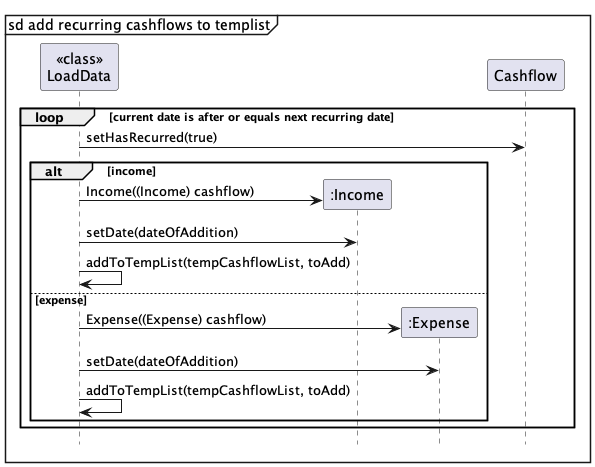
Earlier version of the PlantUML export docs/images/cashflow/AddRecurringSequence.png (nus-cs2113-AY2324S1/tp). Its diagram source:
```plantuml
@startuml
mainframe sd add recurring cashflows to templist

participant "<<class>>\nLoadData" as LoadData
participant ":Income" as Income
participant ":Expense" as Expense

loop current date is after or equals next recurring date
    LoadData -> Cashflow: setHasRecurred(true)

alt income
    create Income
    LoadData -> Income: Income((Income) cashflow)
    LoadData -> Income: setDate(dateOfAddition)
    LoadData -> LoadData: addToTempList(tempCashflowList, toAdd)

else expense
    create Expense
    LoadData -> Expense: Expense((Expense) cashflow)
    LoadData -> Expense: setDate(dateOfAddition)
    LoadData -> LoadData: addToTempList(tempCashflowList, toAdd)
end

end
hide footbox
@enduml
```
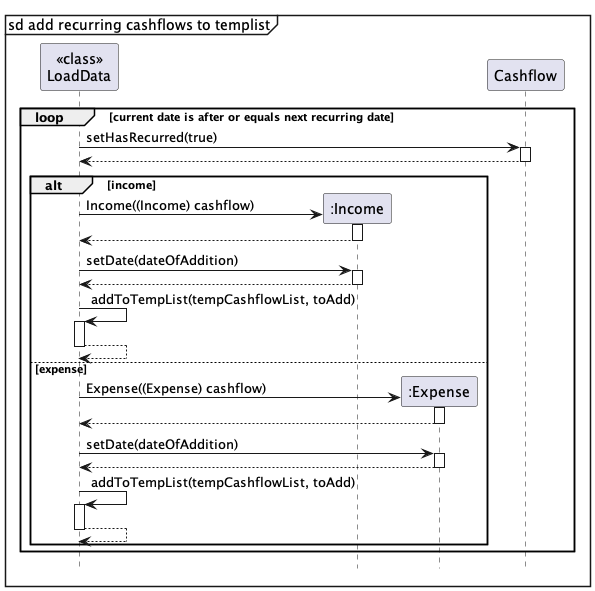
After the change.

Commit message:
Add activation bars to sequence diagrams

Change to the diagram source:
```diff
@@ -7,18 +7,32 @@
 
 loop current date is after or equals next recurring date
     LoadData -> Cashflow: setHasRecurred(true)
+    activate Cashflow
+    return
 
 alt income
     create Income
     LoadData -> Income: Income((Income) cashflow)
+    activate Income
+    return
     LoadData -> Income: setDate(dateOfAddition)
+    activate Income
+    return
     LoadData -> LoadData: addToTempList(tempCashflowList, toAdd)
+    activate LoadData
+    return
 
 else expense
     create Expense
     LoadData -> Expense: Expense((Expense) cashflow)
+    activate Expense
+    return
     LoadData -> Expense: setDate(dateOfAddition)
+    activate Expense
+    return
     LoadData -> LoadData: addToTempList(tempCashflowList, toAdd)
+    activate LoadData
+    return
 end
 
 end
```
